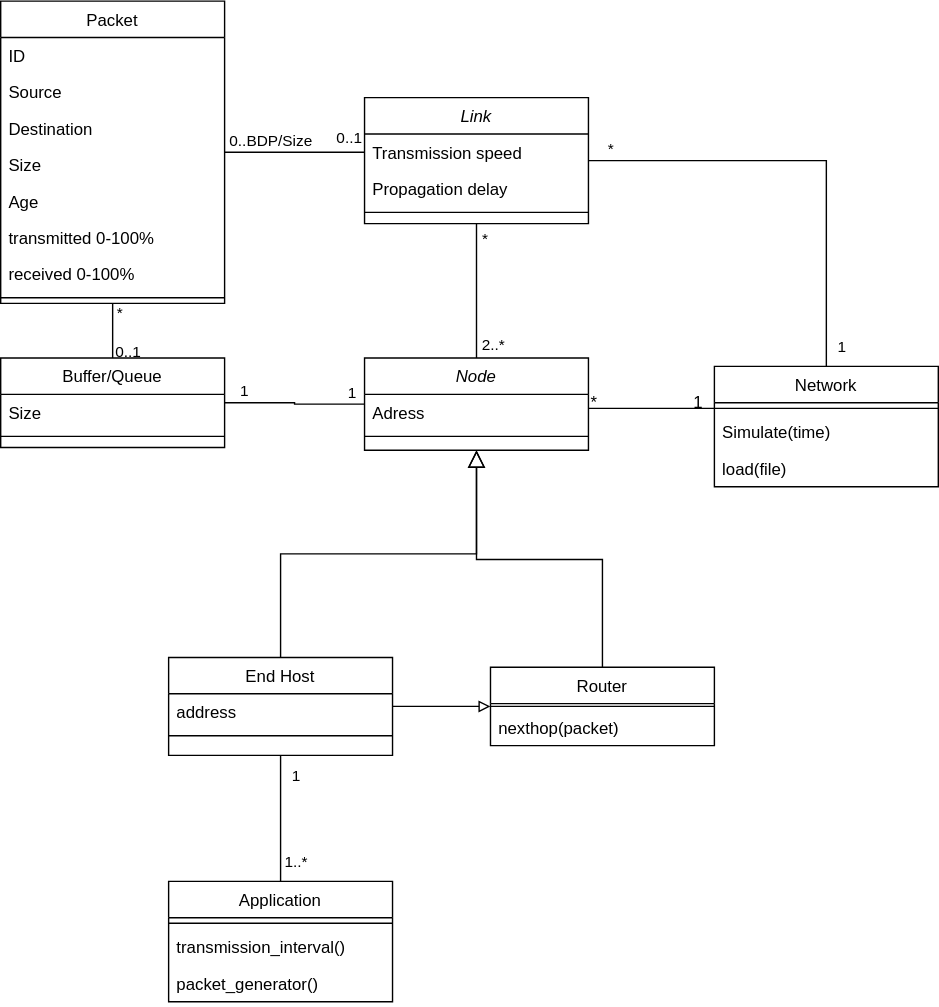
The draw.io diagram plan/class_diagram.drawio.svg in Schmuliz/verkkosimulaatio, before a commit. Source tidied: cells renumbered, new cells last; positions are measured from the earlier drawing's top-left corner, leaving out a move shared by most shapes. Its diagram source:
```xml
<mxGraphModel>
  <root>
    <mxCell id="0" />
    <mxCell id="1" parent="0" />
    <mxCell id="2" value="Node" style="swimlane;fontStyle=2;align=center;verticalAlign=top;horizontal=1;startSize=26;rounded=0;shadow=0;strokeWidth=1;" parent="1" vertex="1">
      <mxGeometry x="260" y="255" width="160" height="66" as="geometry" />
    </mxCell>
    <mxCell id="3" value="Adress" style="text;align=left;verticalAlign=top;spacingLeft=4;spacingRight=4;overflow=hidden;" parent="2" vertex="1">
      <mxGeometry y="26" width="160" height="26" as="geometry" />
    </mxCell>
    <mxCell id="4" style="line;html=1;strokeWidth=1;align=left;verticalAlign=middle;spacingTop=-1;spacingLeft=3;spacingRight=3;labelPosition=right;" parent="2" vertex="1">
      <mxGeometry y="52" width="160" height="8" as="geometry" />
    </mxCell>
    <mxCell id="5" value="Router" style="swimlane;fontStyle=0;align=center;verticalAlign=top;horizontal=1;startSize=26;rounded=0;shadow=0;strokeWidth=1;" parent="1" vertex="1">
      <mxGeometry x="350" y="476" width="160" height="56" as="geometry" />
    </mxCell>
    <mxCell id="6" style="line;html=1;strokeWidth=1;align=left;verticalAlign=middle;spacingTop=-1;spacingLeft=3;spacingRight=3;labelPosition=right;" parent="5" vertex="1">
      <mxGeometry y="26" width="160" height="4" as="geometry" />
    </mxCell>
    <mxCell id="7" value="nexthop(packet)" style="text;align=left;verticalAlign=top;spacingLeft=4;spacingRight=4;overflow=hidden;" parent="5" vertex="1">
      <mxGeometry y="30" width="160" height="26" as="geometry" />
    </mxCell>
    <mxCell id="8" style="endArrow=block;endSize=10;endFill=0;shadow=0;strokeWidth=1;rounded=0;edgeStyle=elbowEdgeStyle;elbow=vertical;" parent="1" edge="1" source="5" target="2">
      <mxGeometry relative="1" as="geometry" />
    </mxCell>
    <mxCell id="9" style="edgeStyle=orthogonalEdgeStyle;rounded=0;jettySize=auto;html=1;endArrow=block;endFill=0;" parent="1" edge="1" source="10" target="5">
      <mxGeometry relative="1" as="geometry" />
    </mxCell>
    <mxCell id="10" value="End Host" style="swimlane;fontStyle=0;align=center;verticalAlign=top;horizontal=1;startSize=26;rounded=0;shadow=0;strokeWidth=1;" parent="1" vertex="1">
      <mxGeometry x="120" y="469" width="160" height="70" as="geometry" />
    </mxCell>
    <mxCell id="11" value="address" style="text;align=left;verticalAlign=top;spacingLeft=4;spacingRight=4;overflow=hidden;" parent="10" vertex="1">
      <mxGeometry y="26" width="160" height="26" as="geometry" />
    </mxCell>
    <mxCell id="12" style="line;html=1;strokeWidth=1;align=left;verticalAlign=middle;spacingTop=-1;spacingLeft=3;spacingRight=3;labelPosition=right;" parent="10" vertex="1">
      <mxGeometry y="52" width="160" height="8" as="geometry" />
    </mxCell>
    <mxCell id="13" style="endArrow=block;endSize=10;endFill=0;shadow=0;strokeWidth=1;rounded=0;edgeStyle=elbowEdgeStyle;elbow=vertical;" parent="1" edge="1" source="10" target="2">
      <mxGeometry relative="1" as="geometry" />
    </mxCell>
    <mxCell id="14" value="Network" style="swimlane;fontStyle=0;align=center;verticalAlign=top;horizontal=1;startSize=26;rounded=0;shadow=0;strokeWidth=1;" parent="1" vertex="1">
      <mxGeometry x="510" y="261" width="160" height="86" as="geometry" />
    </mxCell>
    <mxCell id="15" style="line;html=1;strokeWidth=1;align=left;verticalAlign=middle;spacingTop=-1;spacingLeft=3;spacingRight=3;labelPosition=right;" parent="14" vertex="1">
      <mxGeometry y="26" width="160" height="8" as="geometry" />
    </mxCell>
    <mxCell id="16" value="Simulate(time)" style="text;align=left;verticalAlign=top;spacingLeft=4;spacingRight=4;overflow=hidden;" parent="14" vertex="1">
      <mxGeometry y="34" width="160" height="26" as="geometry" />
    </mxCell>
    <mxCell id="17" value="load(file)" style="text;align=left;verticalAlign=top;spacingLeft=4;spacingRight=4;overflow=hidden;" parent="14" vertex="1">
      <mxGeometry y="60" width="160" height="26" as="geometry" />
    </mxCell>
    <mxCell id="18" style="endArrow=none;shadow=0;strokeWidth=1;rounded=0;endFill=0;edgeStyle=elbowEdgeStyle;elbow=vertical;" parent="1" edge="1" source="2" target="14">
      <mxGeometry x="0.5" y="41" relative="1" as="geometry">
        <mxPoint x="-40" y="32" as="offset" />
      </mxGeometry>
    </mxCell>
    <mxCell id="19" value="*" style="align=left;verticalAlign=bottom;labelBackgroundColor=none;fontSize=12;" parent="18" vertex="1">
      <mxGeometry x="-1" relative="1" as="geometry">
        <mxPoint y="4" as="offset" />
      </mxGeometry>
    </mxCell>
    <mxCell id="20" value="1" style="align=right;verticalAlign=bottom;labelBackgroundColor=none;fontSize=12;" parent="18" vertex="1">
      <mxGeometry x="1" relative="1" as="geometry">
        <mxPoint x="-7" y="4" as="offset" />
      </mxGeometry>
    </mxCell>
    <mxCell id="21" style="edgeStyle=orthogonalEdgeStyle;rounded=0;jettySize=auto;html=1;endArrow=none;endFill=0;" parent="1" edge="1" source="27" target="14">
      <mxGeometry relative="1" as="geometry" />
    </mxCell>
    <mxCell id="22" value="1" style="edgeLabel;html=1;align=center;verticalAlign=middle;" parent="21" vertex="1">
      <mxGeometry x="0.92" relative="1" as="geometry">
        <mxPoint x="10" y="-3" as="offset" />
      </mxGeometry>
    </mxCell>
    <mxCell id="23" value="*" style="edgeLabel;html=1;align=center;verticalAlign=middle;" parent="21" vertex="1">
      <mxGeometry x="-0.9" y="2" relative="1" as="geometry">
        <mxPoint y="-7" as="offset" />
      </mxGeometry>
    </mxCell>
    <mxCell id="24" style="edgeStyle=orthogonalEdgeStyle;rounded=0;jettySize=auto;html=1;endArrow=none;endFill=0;" parent="1" edge="1" source="27" target="2">
      <mxGeometry relative="1" as="geometry" />
    </mxCell>
    <mxCell id="25" value="*" style="edgeLabel;html=1;align=center;verticalAlign=middle;" parent="24" vertex="1">
      <mxGeometry x="-0.89" y="1" relative="1" as="geometry">
        <mxPoint x="4" y="5" as="offset" />
      </mxGeometry>
    </mxCell>
    <mxCell id="26" value="2..*" style="edgeLabel;html=1;align=center;verticalAlign=middle;" parent="24" vertex="1">
      <mxGeometry x="0.89" relative="1" as="geometry">
        <mxPoint x="11" y="-5" as="offset" />
      </mxGeometry>
    </mxCell>
    <mxCell id="27" value="Link" style="swimlane;fontStyle=2;align=center;verticalAlign=top;horizontal=1;startSize=26;rounded=0;shadow=0;strokeWidth=1;" parent="1" vertex="1">
      <mxGeometry x="260" y="69" width="160" height="90" as="geometry" />
    </mxCell>
    <mxCell id="28" value="Transmission speed" style="text;align=left;verticalAlign=top;spacingLeft=4;spacingRight=4;overflow=hidden;points=[[0,0.5],[1,0.5]];portConstraint=eastwest;" parent="27" vertex="1">
      <mxGeometry y="26" width="160" height="26" as="geometry" />
    </mxCell>
    <mxCell id="29" value="Propagation delay" style="text;align=left;verticalAlign=top;spacingLeft=4;spacingRight=4;overflow=hidden;rounded=0;shadow=0;html=0;" parent="27" vertex="1">
      <mxGeometry y="52" width="160" height="26" as="geometry" />
    </mxCell>
    <mxCell id="30" style="line;html=1;strokeWidth=1;align=left;verticalAlign=middle;spacingTop=-1;spacingLeft=3;spacingRight=3;labelPosition=right;" parent="27" vertex="1">
      <mxGeometry y="78" width="160" height="8" as="geometry" />
    </mxCell>
    <mxCell id="31" style="edgeStyle=orthogonalEdgeStyle;rounded=0;jettySize=auto;html=1;endArrow=none;endFill=0;" parent="1" edge="1" source="34" target="10">
      <mxGeometry relative="1" as="geometry" />
    </mxCell>
    <mxCell id="32" value="1" style="edgeLabel;html=1;align=center;verticalAlign=middle;" parent="31" vertex="1">
      <mxGeometry x="0.71" relative="1" as="geometry">
        <mxPoint x="10" y="1" as="offset" />
      </mxGeometry>
    </mxCell>
    <mxCell id="33" value="1..*" style="edgeLabel;html=1;align=center;verticalAlign=middle;" parent="31" vertex="1">
      <mxGeometry x="-0.76" y="-1" relative="1" as="geometry">
        <mxPoint x="9" y="-4" as="offset" />
      </mxGeometry>
    </mxCell>
    <mxCell id="34" value="Application" style="swimlane;fontStyle=0;align=center;verticalAlign=top;horizontal=1;startSize=26;rounded=0;shadow=0;strokeWidth=1;" parent="1" vertex="1">
      <mxGeometry x="120" y="629" width="160" height="86" as="geometry" />
    </mxCell>
    <mxCell id="35" style="line;html=1;strokeWidth=1;align=left;verticalAlign=middle;spacingTop=-1;spacingLeft=3;spacingRight=3;labelPosition=right;" parent="34" vertex="1">
      <mxGeometry y="26" width="160" height="8" as="geometry" />
    </mxCell>
    <mxCell id="36" value="transmission_interval()" style="text;align=left;verticalAlign=top;spacingLeft=4;spacingRight=4;overflow=hidden;" parent="34" vertex="1">
      <mxGeometry y="34" width="160" height="26" as="geometry" />
    </mxCell>
    <mxCell id="37" value="packet_generator()" style="text;align=left;verticalAlign=top;spacingLeft=4;spacingRight=4;overflow=hidden;" parent="34" vertex="1">
      <mxGeometry y="60" width="160" height="26" as="geometry" />
    </mxCell>
    <mxCell id="38" style="edgeStyle=orthogonalEdgeStyle;rounded=0;jettySize=auto;html=1;endArrow=none;endFill=0;" parent="1" edge="1" source="44" target="56">
      <mxGeometry relative="1" as="geometry" />
    </mxCell>
    <mxCell id="39" value="*" style="edgeLabel;html=1;align=center;verticalAlign=middle;" parent="38" vertex="1">
      <mxGeometry x="-0.7" y="-3" relative="1" as="geometry">
        <mxPoint x="7" as="offset" />
      </mxGeometry>
    </mxCell>
    <mxCell id="40" value="0..1" style="edgeLabel;html=1;align=center;verticalAlign=middle;" parent="38" vertex="1">
      <mxGeometry x="0.76" relative="1" as="geometry">
        <mxPoint x="10" as="offset" />
      </mxGeometry>
    </mxCell>
    <mxCell id="41" style="edgeStyle=orthogonalEdgeStyle;rounded=0;jettySize=auto;html=1;entryX=0;entryY=0.5;entryDx=0;entryDy=0;endArrow=none;endFill=0;" parent="1" edge="1" source="44" target="28">
      <mxGeometry relative="1" as="geometry" />
    </mxCell>
    <mxCell id="42" value="0..1" style="edgeLabel;html=1;align=center;verticalAlign=middle;" parent="41" vertex="1">
      <mxGeometry x="0.9" relative="1" as="geometry">
        <mxPoint x="-7" y="-11" as="offset" />
      </mxGeometry>
    </mxCell>
    <mxCell id="43" value="0..BDP/Size" style="edgeLabel;html=1;align=center;verticalAlign=middle;" parent="41" vertex="1">
      <mxGeometry x="-0.89" y="-2" relative="1" as="geometry">
        <mxPoint x="26" y="-11" as="offset" />
      </mxGeometry>
    </mxCell>
    <mxCell id="44" value="Packet" style="swimlane;fontStyle=0;align=center;verticalAlign=top;horizontal=1;startSize=26;rounded=0;shadow=0;strokeWidth=1;" parent="1" vertex="1">
      <mxGeometry width="160" height="216" as="geometry" />
    </mxCell>
    <mxCell id="45" value="ID" style="text;align=left;verticalAlign=top;spacingLeft=4;spacingRight=4;overflow=hidden;" parent="44" vertex="1">
      <mxGeometry y="26" width="160" height="26" as="geometry" />
    </mxCell>
    <mxCell id="46" value="Source" style="text;align=left;verticalAlign=top;spacingLeft=4;spacingRight=4;overflow=hidden;" parent="44" vertex="1">
      <mxGeometry y="52" width="160" height="26" as="geometry" />
    </mxCell>
    <mxCell id="47" value="Destination" style="text;align=left;verticalAlign=top;spacingLeft=4;spacingRight=4;overflow=hidden;" parent="44" vertex="1">
      <mxGeometry y="78" width="160" height="26" as="geometry" />
    </mxCell>
    <mxCell id="48" value="Size" style="text;align=left;verticalAlign=top;spacingLeft=4;spacingRight=4;overflow=hidden;" parent="44" vertex="1">
      <mxGeometry y="104" width="160" height="26" as="geometry" />
    </mxCell>
    <mxCell id="49" value="Age" style="text;align=left;verticalAlign=top;spacingLeft=4;spacingRight=4;overflow=hidden;" parent="44" vertex="1">
      <mxGeometry y="130" width="160" height="26" as="geometry" />
    </mxCell>
    <mxCell id="50" value="transmitted 0-100%" style="text;align=left;verticalAlign=top;spacingLeft=4;spacingRight=4;overflow=hidden;" parent="44" vertex="1">
      <mxGeometry y="156" width="160" height="26" as="geometry" />
    </mxCell>
    <mxCell id="51" value="received 0-100%" style="text;align=left;verticalAlign=top;spacingLeft=4;spacingRight=4;overflow=hidden;" parent="44" vertex="1">
      <mxGeometry y="182" width="160" height="26" as="geometry" />
    </mxCell>
    <mxCell id="52" style="line;html=1;strokeWidth=1;align=left;verticalAlign=middle;spacingTop=-1;spacingLeft=3;spacingRight=3;labelPosition=right;" parent="44" vertex="1">
      <mxGeometry y="208" width="160" height="8" as="geometry" />
    </mxCell>
    <mxCell id="53" style="edgeStyle=orthogonalEdgeStyle;rounded=0;jettySize=auto;html=1;endArrow=none;endFill=0;" parent="1" edge="1" source="56" target="2">
      <mxGeometry relative="1" as="geometry" />
    </mxCell>
    <mxCell id="54" value="1" style="edgeLabel;html=1;align=center;verticalAlign=middle;" parent="53" vertex="1">
      <mxGeometry x="0.8" y="1" relative="1" as="geometry">
        <mxPoint y="-8" as="offset" />
      </mxGeometry>
    </mxCell>
    <mxCell id="55" value="1" style="edgeLabel;html=1;align=center;verticalAlign=middle;" parent="53" vertex="1">
      <mxGeometry x="-0.74" relative="1" as="geometry">
        <mxPoint y="-9" as="offset" />
      </mxGeometry>
    </mxCell>
    <mxCell id="56" value="Buffer/Queue" style="swimlane;fontStyle=0;align=center;verticalAlign=top;horizontal=1;startSize=26;rounded=0;shadow=0;strokeWidth=1;" parent="1" vertex="1">
      <mxGeometry y="255" width="160" height="64" as="geometry" />
    </mxCell>
    <mxCell id="57" value="Size" style="text;align=left;verticalAlign=top;spacingLeft=4;spacingRight=4;overflow=hidden;" parent="56" vertex="1">
      <mxGeometry y="26" width="160" height="26" as="geometry" />
    </mxCell>
    <mxCell id="58" style="line;html=1;strokeWidth=1;align=left;verticalAlign=middle;spacingTop=-1;spacingLeft=3;spacingRight=3;labelPosition=right;" parent="56" vertex="1">
      <mxGeometry y="52" width="160" height="8" as="geometry" />
    </mxCell>
  </root>
</mxGraphModel>
```
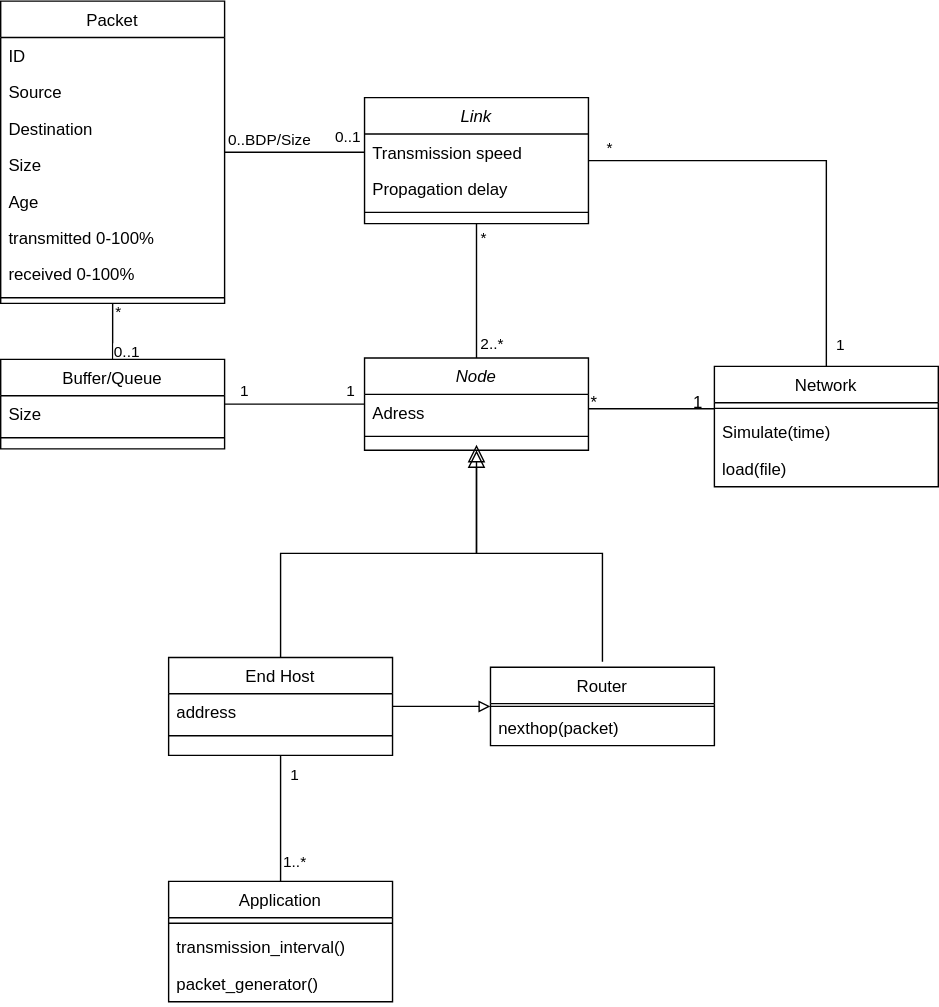
Above is the later version.

Diff of the diagram source:
```diff
@@ -20,8 +20,11 @@
     <mxCell id="7" value="nexthop(packet)" style="text;align=left;verticalAlign=top;spacingLeft=4;spacingRight=4;overflow=hidden;" parent="5" vertex="1">
       <mxGeometry y="30" width="160" height="26" as="geometry" />
     </mxCell>
-    <mxCell id="8" style="endArrow=block;endSize=10;endFill=0;shadow=0;strokeWidth=1;rounded=0;edgeStyle=elbowEdgeStyle;elbow=vertical;" parent="1" edge="1" source="5" target="2">
-      <mxGeometry relative="1" as="geometry" />
+    <mxCell id="8" style="endArrow=block;endSize=10;endFill=0;shadow=0;strokeWidth=1;rounded=0;edgeStyle=elbowEdgeStyle;elbow=vertical;" parent="1" edge="1">
+      <mxGeometry relative="1" as="geometry">
+        <mxPoint x="430" y="472" as="sourcePoint" />
+        <mxPoint x="340" y="317" as="targetPoint" />
+      </mxGeometry>
     </mxCell>
     <mxCell id="9" style="edgeStyle=orthogonalEdgeStyle;rounded=0;jettySize=auto;html=1;endArrow=block;endFill=0;" parent="1" edge="1" source="10" target="5">
       <mxGeometry relative="1" as="geometry" />
@@ -195,7 +198,7 @@
       </mxGeometry>
     </mxCell>
     <mxCell id="56" value="Buffer/Queue" style="swimlane;fontStyle=0;align=center;verticalAlign=top;horizontal=1;startSize=26;rounded=0;shadow=0;strokeWidth=1;" parent="1" vertex="1">
-      <mxGeometry y="255" width="160" height="64" as="geometry" />
+      <mxGeometry y="256" width="160" height="64" as="geometry" />
     </mxCell>
     <mxCell id="57" value="Size" style="text;align=left;verticalAlign=top;spacingLeft=4;spacingRight=4;overflow=hidden;" parent="56" vertex="1">
       <mxGeometry y="26" width="160" height="26" as="geometry" />
```
